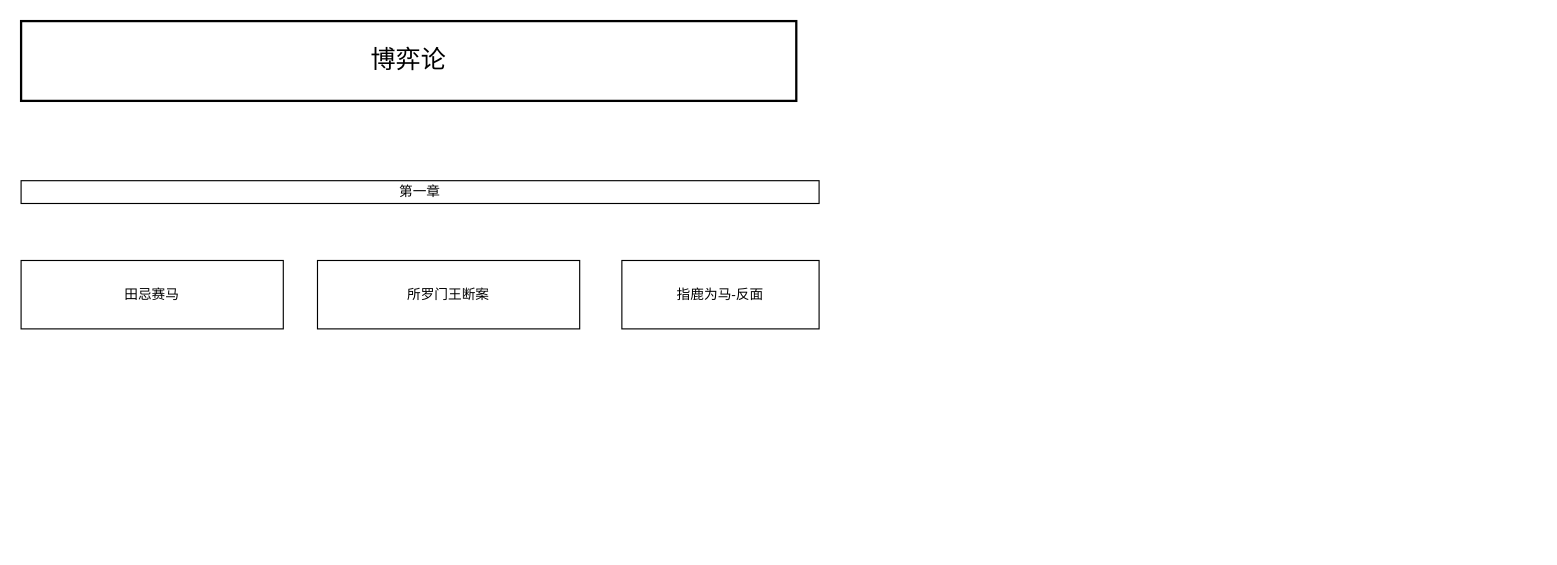
Earlier version of the draw.io diagram 博弈论.drawio (w1041660542/draw.io). Source tidied: cells renumbered, new cells numbered last; positions are measured from the earlier drawing's top-left corner, leaving out a move shared by most shapes. Both pictures are drawn from the tidied source at 114%, with x=0, y=0 at pixel (21, 21).
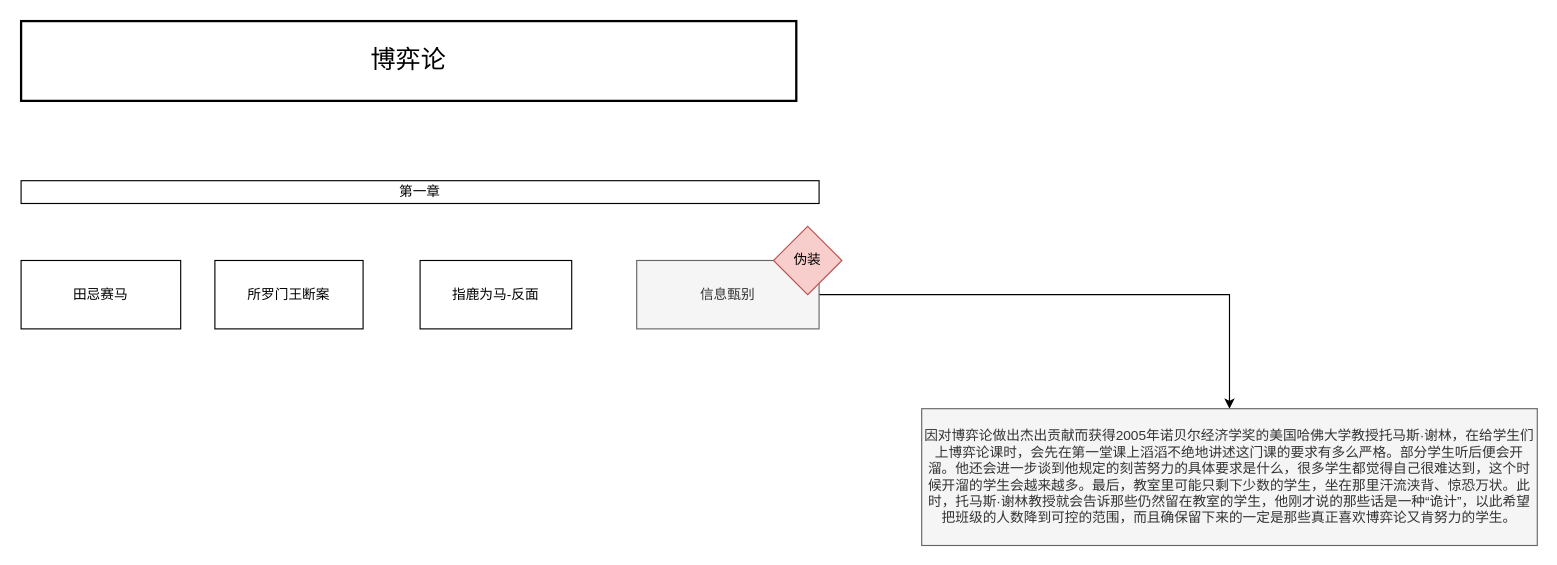
The same page after the edit.

Commit message (it also covers changes not shown here):
更新博弈论.drawio

What changed in the source:
```diff
@@
 <mxGraphModel>
   <root>
     <mxCell id="0" />
     <mxCell id="1" parent="0" />
     <mxCell id="2" value="&lt;font style=&quot;font-size: 22px;&quot;&gt;博弈论&lt;/font&gt;" style="rounded=0;whiteSpace=wrap;html=1;strokeWidth=2;" parent="1" vertex="1">
       <mxGeometry width="680" height="70" as="geometry" />
     </mxCell>
     <mxCell id="3" value="田忌赛马" style="rounded=0;whiteSpace=wrap;html=1;" parent="1" vertex="1">
-      <mxGeometry y="210" width="230" height="60" as="geometry" />
+      <mxGeometry y="210" width="140" height="60" as="geometry" />
     </mxCell>
     <mxCell id="4" value="所罗门王断案" style="rounded=0;whiteSpace=wrap;html=1;" parent="1" vertex="1">
-      <mxGeometry x="260" y="210" width="230" height="60" as="geometry" />
+      <mxGeometry x="170" y="210" width="130" height="60" as="geometry" />
     </mxCell>
     <mxCell id="5" value="指鹿为马-反面" style="rounded=0;whiteSpace=wrap;html=1;" parent="1" vertex="1">
-      <mxGeometry x="527" y="210" width="173" height="60" as="geometry" />
+      <mxGeometry x="350" y="210" width="133" height="60" as="geometry" />
     </mxCell>
     <mxCell id="6" value="第一章" style="rounded=0;whiteSpace=wrap;html=1;" parent="1" vertex="1">
       <mxGeometry y="140" width="700" height="20" as="geometry" />
     </mxCell>
+    <mxCell id="7" style="edgeStyle=orthogonalEdgeStyle;rounded=0;jettySize=auto;html=1;entryX=0.5;entryY=0;entryDx=0;entryDy=0;" parent="1" edge="1" source="8" target="10">
+      <mxGeometry relative="1" as="geometry" />
+    </mxCell>
+    <mxCell id="8" value="信息甄别" style="rounded=0;whiteSpace=wrap;html=1;fillColor=#f5f5f5;fontColor=#333333;strokeColor=#666666;" parent="1" vertex="1">
+      <mxGeometry x="540" y="210" width="160" height="60" as="geometry" />
+    </mxCell>
+    <mxCell id="9" value="伪装" style="rhombus;whiteSpace=wrap;html=1;fillColor=#f8cecc;strokeColor=#b85450;" parent="1" vertex="1">
+      <mxGeometry x="660" y="180" width="60" height="60" as="geometry" />
+    </mxCell>
+    <mxCell id="10" value="因对博弈论做出杰出贡献而获得2005年诺贝尔经济学奖的美国哈佛大学教授托马斯·谢林，在给学生们上博弈论课时，会先在第一堂课上滔滔不绝地讲述这门课的要求有多么严格。部分学生听后便会开溜。他还会进一步谈到他规定的刻苦努力的具体要求是什么，很多学生都觉得自己很难达到，这个时候开溜的学生会越来越多。最后，教室里可能只剩下少数的学生，坐在那里汗流浃背、惊恐万状。此时，托马斯·谢林教授就会告诉那些仍然留在教室的学生，他刚才说的那些话是一种“诡计”，以此希望把班级的人数降到可控的范围，而且确保留下来的一定是那些真正喜欢博弈论又肯努力的学生。" style="text;html=1;align=center;verticalAlign=middle;whiteSpace=wrap;rounded=0;fillColor=#f5f5f5;fontColor=#333333;strokeColor=#666666;" parent="1" vertex="1">
+      <mxGeometry x="790" y="340" width="540" height="120" as="geometry" />
+    </mxCell>
   </root>
 </mxGraphModel>
```
